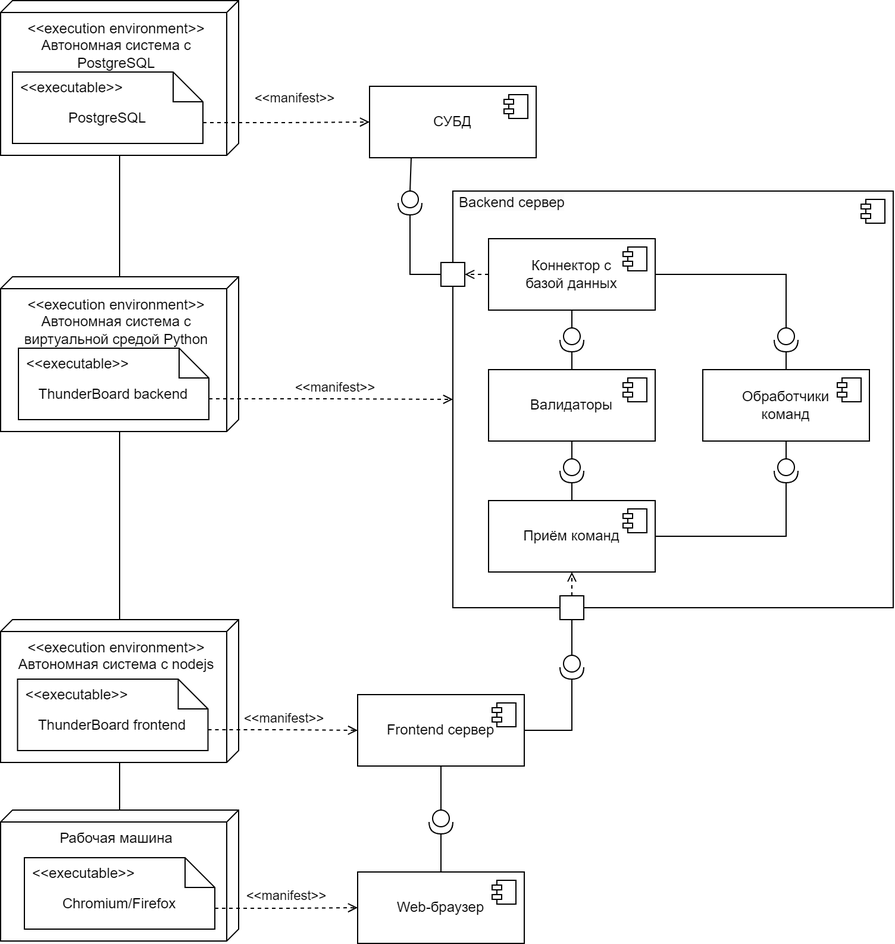
This is docs/deployment.png from aVorotnikov/thunder_board, a draw.io export, as it was before one commit. Source tidied: cells renumbered, new cells last; positions are measured from the earlier drawing's top-left corner, leaving out a move shared by most shapes.
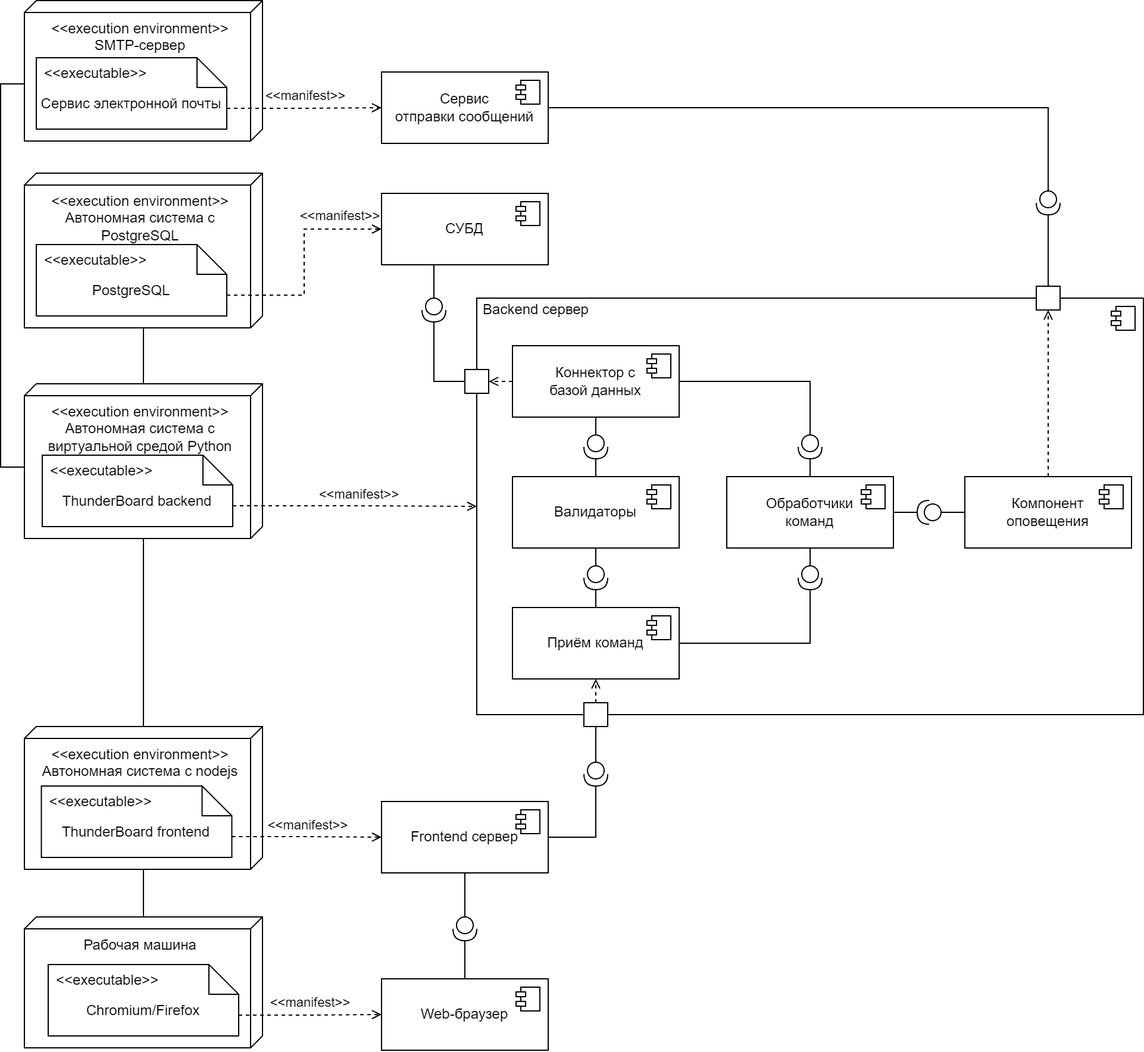
The same file after the commit.

Commit message:
Добавлен компонент оповещения

Change to the diagram source:
```diff
@@ -3,7 +3,7 @@
     <mxCell id="0" />
     <mxCell id="1" parent="0" />
     <mxCell id="2" value="СУБД" style="html=1;whiteSpace=wrap;" parent="1" vertex="1">
-      <mxGeometry x="310" y="72" width="140" height="60" as="geometry" />
+      <mxGeometry x="300" y="72" width="140" height="60" as="geometry" />
     </mxCell>
     <mxCell id="3" style="shape=module;jettyWidth=8;jettyHeight=4;" parent="2" vertex="1">
       <mxGeometry x="1" width="20" height="20" relative="1" as="geometry">
@@ -88,10 +88,10 @@
       <mxGeometry relative="1" as="geometry" />
     </mxCell>
     <mxCell id="27" value="&amp;lt;&amp;lt;execution environment&amp;gt;&amp;gt;&lt;br&gt;Автономная система с PostgreSQL" style="verticalAlign=top;align=center;shape=cube;size=10;direction=south;html=1;boundedLbl=1;spacingLeft=5;whiteSpace=wrap;" parent="1" vertex="1">
-      <mxGeometry width="200" height="130" as="geometry" />
+      <mxGeometry y="55" width="200" height="130" as="geometry" />
     </mxCell>
     <mxCell id="28" value="PostgreSQL" style="shape=note2;boundedLbl=1;whiteSpace=wrap;html=1;size=25;verticalAlign=top;align=center;" parent="1" vertex="1">
-      <mxGeometry x="10" y="60" width="160" height="60" as="geometry" />
+      <mxGeometry x="10" y="115" width="160" height="60" as="geometry" />
     </mxCell>
     <mxCell id="29" value="&lt;&lt;executable&gt;&gt;" style="strokeColor=none;fillColor=none;align=left;spacingLeft=5;" parent="28" vertex="1">
       <mxGeometry width="160" height="25" relative="1" as="geometry" />
@@ -101,7 +101,7 @@
     </mxCell>
     <mxCell id="31" value="&amp;lt;&amp;lt;manifest&amp;gt;&amp;gt;" style="edgeLabel;html=1;align=center;verticalAlign=middle;" parent="30" vertex="1">
       <mxGeometry x="0.07" relative="1" as="geometry">
-        <mxPoint x="2" y="-20" as="offset" />
+        <mxPoint x="30" y="-33" as="offset" />
       </mxGeometry>
     </mxCell>
     <mxCell id="32" value="&amp;lt;&amp;lt;execution environment&amp;gt;&amp;gt;&lt;br&gt;Автономная система с виртуальной средой Python" style="verticalAlign=top;align=center;shape=cube;size=10;direction=south;html=1;boundedLbl=1;spacingLeft=5;whiteSpace=wrap;" parent="1" vertex="1">
@@ -114,7 +114,7 @@
       <mxGeometry width="160" height="25" relative="1" as="geometry" />
     </mxCell>
     <mxCell id="35" style="html=1;whiteSpace=wrap;" parent="1" vertex="1">
-      <mxGeometry x="380" y="160" width="370" height="350" as="geometry" />
+      <mxGeometry x="380" y="160" width="560" height="350" as="geometry" />
     </mxCell>
     <mxCell id="36" style="shape=module;jettyWidth=8;jettyHeight=4;" parent="35" vertex="1">
       <mxGeometry x="1" width="20" height="20" relative="1" as="geometry">
@@ -224,5 +224,65 @@
     <mxCell id="67" style="edgeStyle=orthogonalEdgeStyle;rounded=0;jettySize=auto;html=1;endArrow=none;endFill=0;exitX=1;exitY=0.5;exitDx=0;exitDy=0;entryX=0;entryY=0.5;entryDx=0;entryDy=0;exitPerimeter=0;" parent="1" edge="1" source="25" target="65">
       <mxGeometry relative="1" as="geometry" />
     </mxCell>
+    <mxCell id="68" value="Компонент&lt;div&gt;оповещения&lt;/div&gt;" style="html=1;whiteSpace=wrap;" parent="1" vertex="1">
+      <mxGeometry x="790" y="310" width="140" height="60" as="geometry" />
+    </mxCell>
+    <mxCell id="69" style="shape=module;jettyWidth=8;jettyHeight=4;" parent="68" vertex="1">
+      <mxGeometry x="1" width="20" height="20" relative="1" as="geometry">
+        <mxPoint x="-27" y="7" as="offset" />
+      </mxGeometry>
+    </mxCell>
+    <mxCell id="70" style="shape=providedRequiredInterface;html=1;verticalLabelPosition=bottom;sketch=0;direction=south;rotation=90;" parent="1" vertex="1">
+      <mxGeometry x="750" y="330" width="20" height="20" as="geometry" />
+    </mxCell>
+    <mxCell id="71" style="edgeStyle=orthogonalEdgeStyle;rounded=0;jettySize=auto;html=1;endArrow=none;endFill=0;exitX=1;exitY=0.5;exitDx=0;exitDy=0;entryX=1;entryY=0.5;entryDx=0;entryDy=0;exitPerimeter=0;" parent="1" edge="1" source="70" target="49">
+      <mxGeometry relative="1" as="geometry" />
+    </mxCell>
+    <mxCell id="72" style="edgeStyle=orthogonalEdgeStyle;rounded=0;jettySize=auto;html=1;endArrow=none;endFill=0;exitX=0;exitY=0.5;exitDx=0;exitDy=0;entryX=0;entryY=0.5;entryDx=0;entryDy=0;entryPerimeter=0;" parent="1" edge="1" source="68" target="70">
+      <mxGeometry relative="1" as="geometry" />
+    </mxCell>
+    <mxCell id="73" value="&amp;lt;&amp;lt;execution environment&amp;gt;&amp;gt;&lt;br&gt;SMTP-сервер" style="verticalAlign=top;align=center;shape=cube;size=10;direction=south;html=1;boundedLbl=1;spacingLeft=5;whiteSpace=wrap;" parent="1" vertex="1">
+      <mxGeometry y="-90" width="200" height="118" as="geometry" />
+    </mxCell>
+    <mxCell id="74" value="Сервис электронной почты" style="shape=note2;boundedLbl=1;whiteSpace=wrap;html=1;size=25;verticalAlign=top;align=center;" parent="1" vertex="1">
+      <mxGeometry x="10" y="-42" width="160" height="60" as="geometry" />
+    </mxCell>
+    <mxCell id="75" value="&lt;&lt;executable&gt;&gt;" style="strokeColor=none;fillColor=none;align=left;spacingLeft=5;" parent="74" vertex="1">
+      <mxGeometry width="160" height="25" relative="1" as="geometry" />
+    </mxCell>
+    <mxCell id="76" style="edgeStyle=orthogonalEdgeStyle;rounded=0;jettySize=auto;html=1;endArrow=none;endFill=0;exitDx=70;exitDy=200;exitPerimeter=0;entryDx=70;entryDy=200;entryPerimeter=0;exitX=0;exitY=0;entryX=0;entryY=0;" parent="1" edge="1" source="73" target="32">
+      <mxGeometry relative="1" as="geometry" />
+    </mxCell>
+    <mxCell id="77" style="whiteSpace=wrap;html=1;" parent="1" vertex="1">
+      <mxGeometry x="850" y="150" width="20" height="20" as="geometry" />
+    </mxCell>
+    <mxCell id="78" style="edgeStyle=orthogonalEdgeStyle;rounded=0;jettySize=auto;html=1;dashed=1;endArrow=open;endFill=0;exitX=0.5;exitY=0;exitDx=0;exitDy=0;entryX=0.5;entryY=1;entryDx=0;entryDy=0;" parent="1" edge="1" source="68" target="77">
+      <mxGeometry relative="1" as="geometry" />
+    </mxCell>
+    <mxCell id="79" value="Сервис&lt;div&gt;отправки сообщений&lt;/div&gt;" style="html=1;whiteSpace=wrap;" parent="1" vertex="1">
+      <mxGeometry x="300" y="-30" width="140" height="60" as="geometry" />
+    </mxCell>
+    <mxCell id="80" style="shape=module;jettyWidth=8;jettyHeight=4;" parent="79" vertex="1">
+      <mxGeometry x="1" width="20" height="20" relative="1" as="geometry">
+        <mxPoint x="-27" y="7" as="offset" />
+      </mxGeometry>
+    </mxCell>
+    <mxCell id="81" style="edgeStyle=orthogonalEdgeStyle;rounded=0;jettySize=auto;html=1;dashed=1;endArrow=open;endFill=0;exitX=0;exitY=0;exitDx=160;exitDy=42.5;exitPerimeter=0;entryX=0;entryY=0.5;entryDx=0;entryDy=0;" parent="1" edge="1" source="74" target="79">
+      <mxGeometry relative="1" as="geometry" />
+    </mxCell>
+    <mxCell id="82" value="&amp;lt;&amp;lt;manifest&amp;gt;&amp;gt;" style="edgeLabel;html=1;align=center;verticalAlign=middle;" parent="81" vertex="1">
+      <mxGeometry x="0.07" relative="1" as="geometry">
+        <mxPoint x="-4" y="-10" as="offset" />
+      </mxGeometry>
+    </mxCell>
+    <mxCell id="83" style="shape=providedRequiredInterface;html=1;verticalLabelPosition=bottom;sketch=0;direction=south;" parent="1" vertex="1">
+      <mxGeometry x="850" y="70" width="20" height="20" as="geometry" />
+    </mxCell>
+    <mxCell id="84" style="edgeStyle=orthogonalEdgeStyle;rounded=0;jettySize=auto;html=1;endArrow=none;endFill=0;exitX=0.5;exitY=0;exitDx=0;exitDy=0;entryX=1;entryY=0.5;entryDx=0;entryDy=0;entryPerimeter=0;" parent="1" edge="1" source="77" target="83">
+      <mxGeometry relative="1" as="geometry" />
+    </mxCell>
+    <mxCell id="85" style="edgeStyle=orthogonalEdgeStyle;rounded=0;jettySize=auto;html=1;endArrow=none;endFill=0;exitX=0;exitY=0.5;exitDx=0;exitDy=0;entryX=1;entryY=0.5;entryDx=0;entryDy=0;exitPerimeter=0;" parent="1" edge="1" source="83" target="79">
+      <mxGeometry relative="1" as="geometry" />
+    </mxCell>
   </root>
 </mxGraphModel>
```
